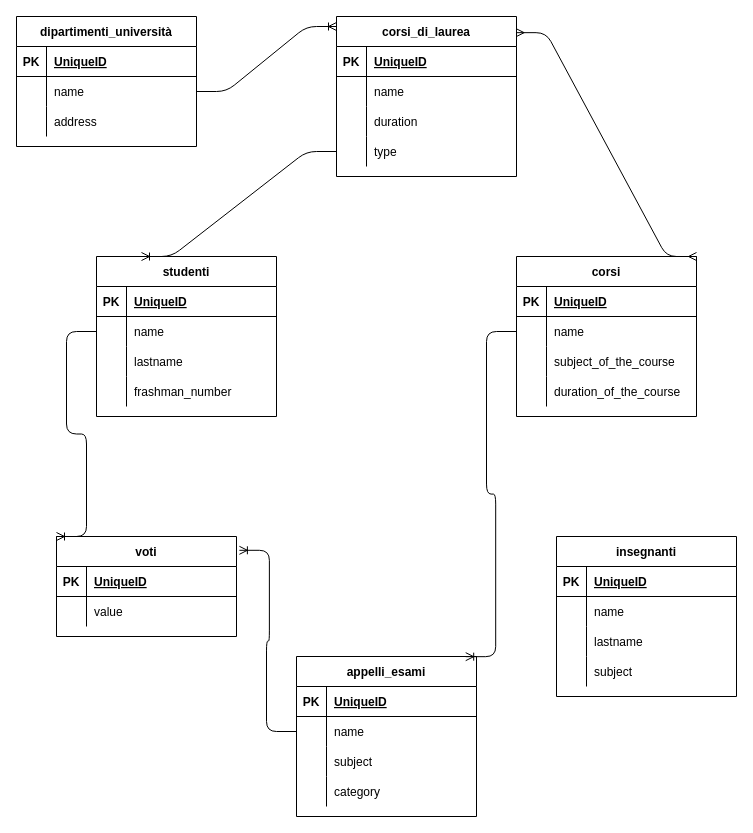
Before: db-university.drawio in Alek90/db-university, a draw.io diagram. Source tidied: cells renumbered, new cells numbered last; positions are measured from the earlier drawing's top-left corner, leaving out a move shared by most shapes. Both pictures are drawn from the tidied source at 100%, with x=0, y=0 at pixel (16, 16).
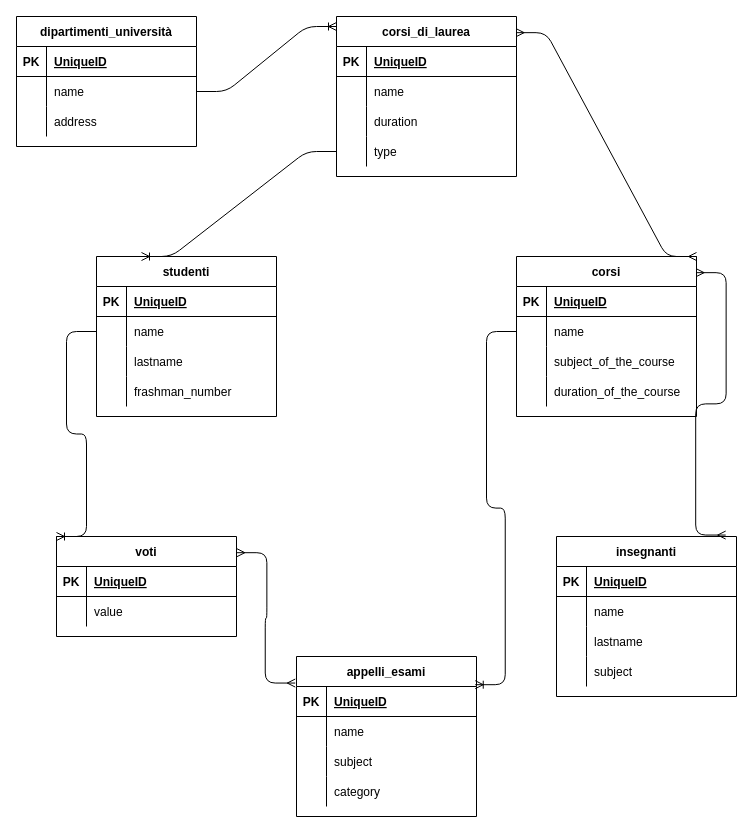
The same page after the edit.

Commit message:
Eseguite alcune modifiche.

The change refers to these unchanged cells:
```xml
<mxCell id="2" value="insegnanti" style="shape=table;startSize=30;childLayout=tableLayout;rowLines=0;fontStyle=1;align=center;" parent="1" vertex="1">
  <mxGeometry x="540" y="520" width="180" height="160" as="geometry" />
</mxCell>
<mxCell id="51" value="corsi" style="shape=table;startSize=30;childLayout=tableLayout;rowLines=0;fontStyle=1;align=center;" parent="1" vertex="1">
  <mxGeometry x="500" y="240" width="180" height="160" as="geometry" />
</mxCell>
<mxCell id="55" style="shape=partialRectangle;fillColor=none;top=0;left=0;bottom=0;right=0;points=[[0,0.5],[1,0.5]];portConstraint=eastwest;" parent="51" vertex="1">
  <mxGeometry y="60" width="180" height="30" as="geometry" />
</mxCell>
<mxCell id="64" value="voti" style="shape=table;startSize=30;childLayout=tableLayout;rowLines=0;fontStyle=1;align=center;" parent="1" vertex="1">
  <mxGeometry x="40" y="520" width="180" height="100" as="geometry" />
</mxCell>
<mxCell id="71" value="appelli_esami" style="shape=table;startSize=30;childLayout=tableLayout;rowLines=0;fontStyle=1;align=center;" parent="1" vertex="1">
  <mxGeometry x="280" y="640" width="180" height="160" as="geometry" />
</mxCell>
<mxCell id="72" style="shape=partialRectangle;fillColor=none;top=0;left=0;bottom=1;right=0;points=[[0,0.5],[1,0.5]];portConstraint=eastwest;" parent="71" vertex="1">
  <mxGeometry y="30" width="180" height="30" as="geometry" />
</mxCell>
<mxCell id="75" style="shape=partialRectangle;fillColor=none;top=0;left=0;bottom=0;right=0;points=[[0,0.5],[1,0.5]];portConstraint=eastwest;" parent="71" vertex="1">
  <mxGeometry y="60" width="180" height="30" as="geometry" />
</mxCell>
```

The edit, as a diff of the source:
```diff
@@
-    <mxCell id="86" style="edgeStyle=entityRelationEdgeStyle;fontSize=12;html=1;endArrow=ERoneToMany;entryX=0.94;entryY=0.001;entryDx=0;entryDy=0;entryPerimeter=0;exitX=0;exitY=0.5;exitDx=0;exitDy=0;" parent="1" edge="1" source="55" target="71">
+    <mxCell id="86" style="edgeStyle=entityRelationEdgeStyle;fontSize=12;html=1;endArrow=ERoneToMany;entryX=0.993;entryY=-0.06;entryDx=0;entryDy=0;entryPerimeter=0;exitX=0;exitY=0.5;exitDx=0;exitDy=0;" parent="1" edge="1" source="55" target="72">
       <mxGeometry relative="1" as="geometry" />
     </mxCell>
@@
-    <mxCell id="88" style="edgeStyle=entityRelationEdgeStyle;fontSize=12;html=1;endArrow=ERoneToMany;exitX=0;exitY=0.5;exitDx=0;exitDy=0;entryX=1.016;entryY=0.138;entryDx=0;entryDy=0;entryPerimeter=0;" parent="1" edge="1" source="75" target="64">
-      <mxGeometry relative="1" as="geometry" />
-    </mxCell>
@@
+    <mxCell id="90" style="edgeStyle=entityRelationEdgeStyle;fontSize=12;html=1;endArrow=ERmany;startArrow=ERmany;exitX=-0.007;exitY=0.166;exitDx=0;exitDy=0;exitPerimeter=0;entryX=1.002;entryY=0.162;entryDx=0;entryDy=0;entryPerimeter=0;" parent="1" edge="1" source="71" target="64">
+      <mxGeometry relative="1" as="geometry" />
+    </mxCell>
+    <mxCell id="91" style="edgeStyle=entityRelationEdgeStyle;fontSize=12;html=1;endArrow=ERmany;startArrow=ERmany;exitX=0.998;exitY=0.101;exitDx=0;exitDy=0;exitPerimeter=0;entryX=0.94;entryY=-0.009;entryDx=0;entryDy=0;entryPerimeter=0;" parent="1" edge="1" source="51" target="2">
+      <mxGeometry relative="1" as="geometry" />
+    </mxCell>
```
